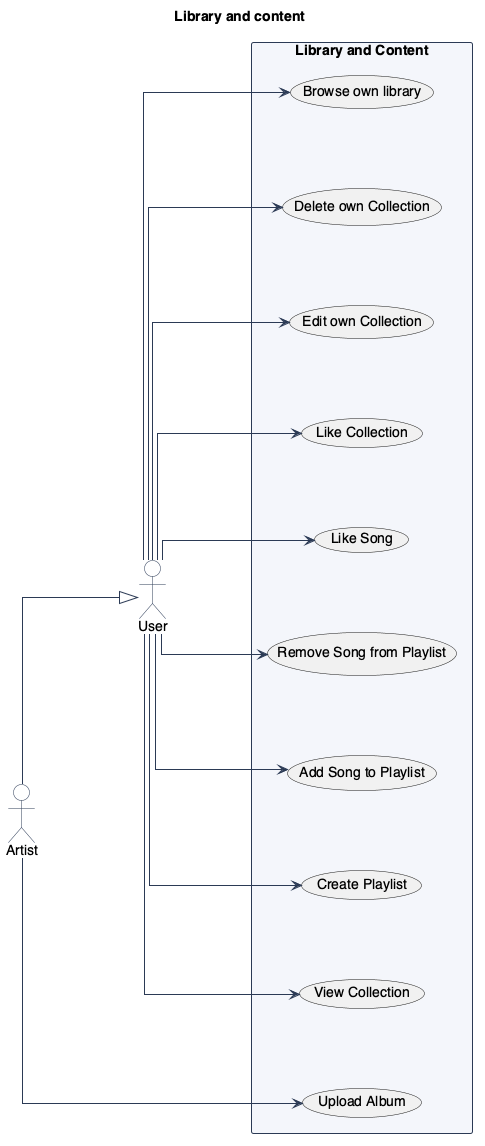
ddrddrr/musikk keeps this PlantUML diagram as text/diagrams/UseCasesLibrary.png. Above is the earlier version.
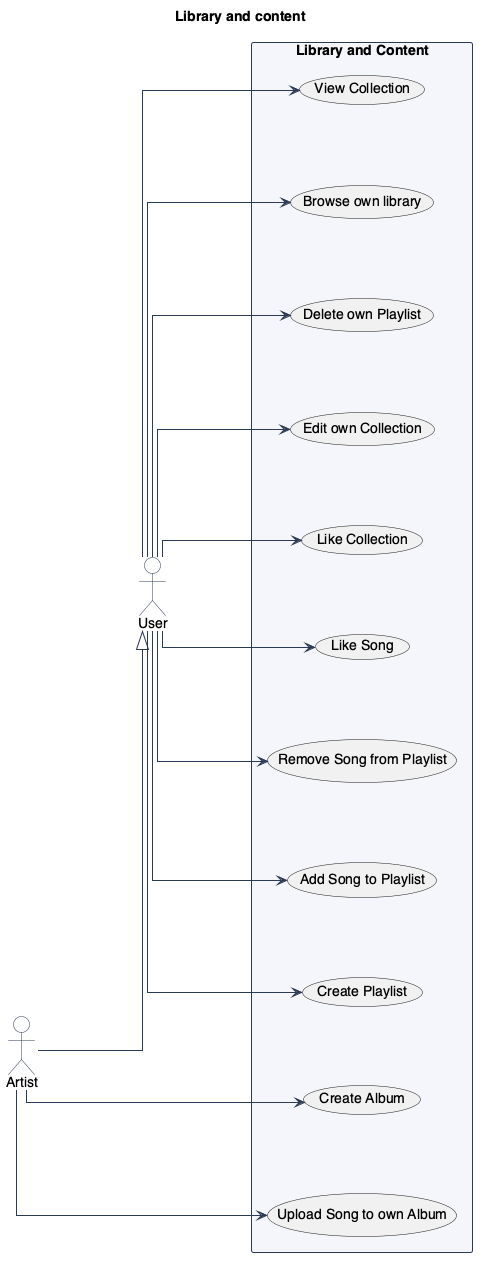
After the commit.

Change to the diagram source:
```diff
@@ -18,8 +18,9 @@
   usecase "Like Song" as UC_LIKE_SONG
   usecase "Like Collection" as UC_LIKE_COLL
   usecase "Edit own Collection" as UC_EDIT_COLL
-  usecase "Delete own Collection" as UC_DELETE_COLL
-  usecase "Upload Album" as UC_UPLOAD
+  usecase "Delete own Playlist" as UC_DELETE_COLL
+  usecase "Create Album" as UC_CREATE_ALBUM
+  usecase "Upload Song to own Album" as UC_UPLOAD
 }
 
 user --> UC_LIBRARY
@@ -32,6 +33,7 @@
 user --> UC_EDIT_COLL
 user --> UC_DELETE_COLL
 
+artist --> UC_CREATE_ALBUM
 artist --> UC_UPLOAD
 
 @enduml
```
